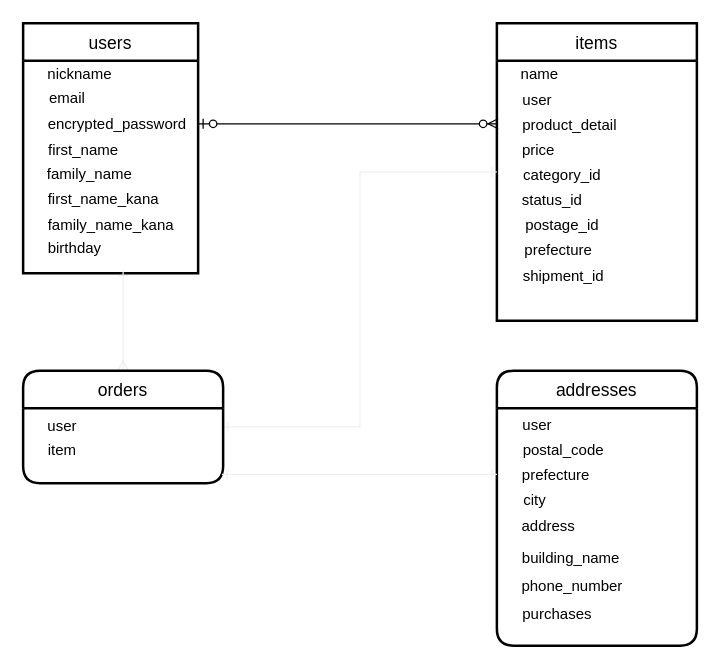
Above: furima.dio in minariver/furima-35433 (draw.io), before the change. Source tidied: cells renumbered, new cells numbered last; positions are measured from the earlier drawing's top-left corner, leaving out a move shared by most shapes. Both pictures are drawn from the tidied source at 125%, with x=0, y=0 at pixel (22, 22).
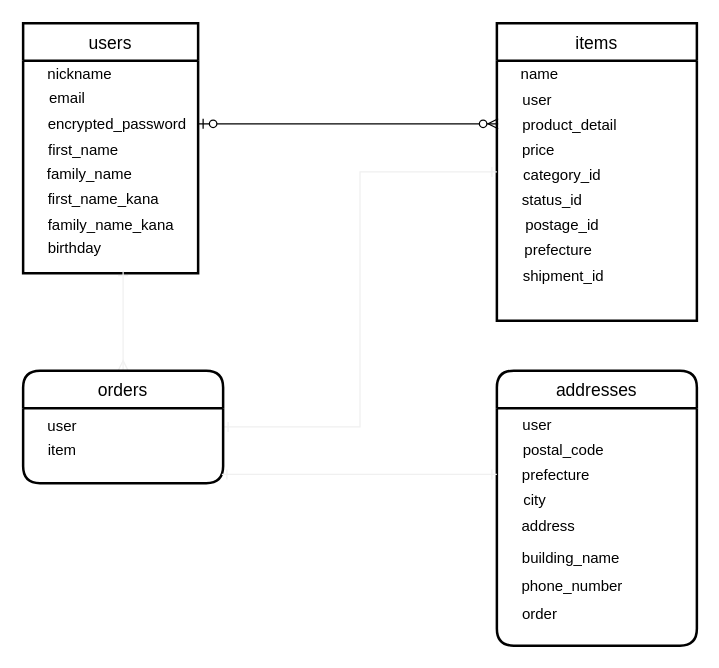
After the change.

Diff of the diagram source:
```diff
@@
-    <mxCell id="36" value="purchases" style="text;html=1;align=center;verticalAlign=middle;" parent="1" vertex="1">
-      <mxGeometry x="392" y="463" width="70" height="20" as="geometry" />
+    <mxCell id="36" value="order" style="text;html=1;align=center;verticalAlign=middle;" parent="1" vertex="1">
+      <mxGeometry x="393" y="463" width="40" height="20" as="geometry" />
     </mxCell>
```
